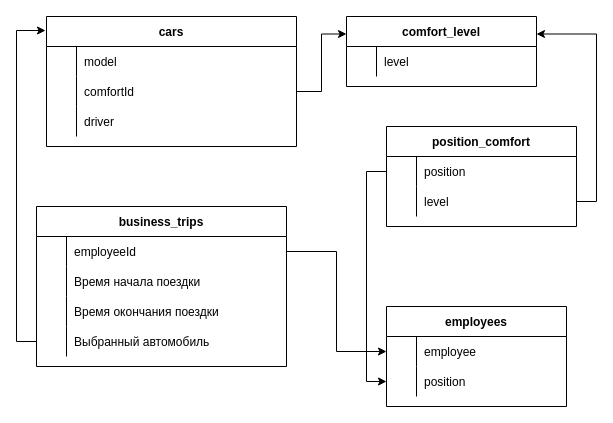
suetnowic/solutions_to_tasks_for_trainees keeps this draw.io diagram as Структура админраздела.drawio. Above is the earlier version. Source tidied: cells renumbered, new cells numbered last; positions are measured from the earlier drawing's top-left corner, leaving out a move shared by most shapes. Both pictures are drawn from the tidied source at 100%, with x=0, y=0 at pixel (36, 16).
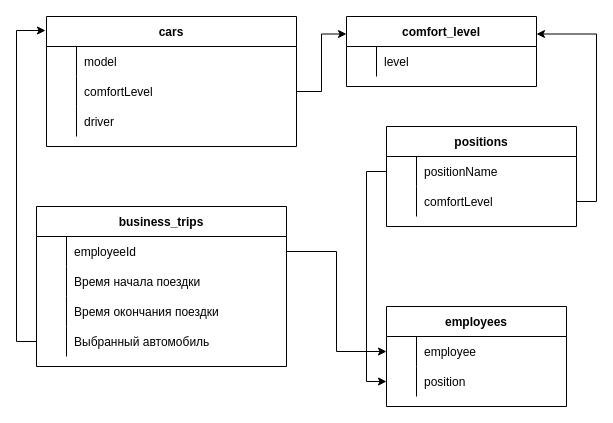
Above is the later version.

Unchanged cells that the change refers to:
```xml
<mxCell id="26" style="shape=partialRectangle;fillColor=none;points=[[0,0.5],[1,0.5]];portConstraint=eastwest;top=0;left=0;right=0;bottom=0;" parent="22" vertex="1">
  <mxGeometry y="60" width="250" height="30" as="geometry" />
</mxCell>
<mxCell id="38" style="shape=partialRectangle;fillColor=none;points=[[0,0.5],[1,0.5]];portConstraint=eastwest;top=0;left=0;right=0;bottom=0;" parent="37" vertex="1">
  <mxGeometry y="30" width="190" height="30" as="geometry" />
</mxCell>
<mxCell id="41" style="shape=partialRectangle;fillColor=none;points=[[0,0.5],[1,0.5]];portConstraint=eastwest;top=0;left=0;right=0;bottom=0;" parent="37" vertex="1">
  <mxGeometry y="60" width="190" height="30" as="geometry" />
</mxCell>
```

What changed in the source:
```diff
@@
-    <mxCell id="28" value="comfortId" style="shape=partialRectangle;overflow=hidden;fillColor=none;top=0;left=0;bottom=0;right=0;align=left;spacingLeft=6;" parent="26" vertex="1">
+    <mxCell id="28" value="comfortLevel" style="shape=partialRectangle;overflow=hidden;fillColor=none;top=0;left=0;bottom=0;right=0;align=left;spacingLeft=6;" parent="26" vertex="1">
       <mxGeometry x="30" width="220" height="30" as="geometry" />
     </mxCell>
@@
-    <mxCell id="37" value="position_comfort" style="shape=table;startSize=30;childLayout=tableLayout;rowLines=0;fontStyle=1;align=center;" parent="1" vertex="1">
+    <mxCell id="37" value="positions" style="shape=table;startSize=30;childLayout=tableLayout;rowLines=0;fontStyle=1;align=center;" parent="1" vertex="1">
       <mxGeometry x="350" y="110" width="190" height="100" as="geometry" />
     </mxCell>
@@
-    <mxCell id="40" value="position" style="shape=partialRectangle;overflow=hidden;fillColor=none;top=0;left=0;bottom=0;right=0;align=left;spacingLeft=6;" parent="38" vertex="1">
+    <mxCell id="40" value="positionName" style="shape=partialRectangle;overflow=hidden;fillColor=none;top=0;left=0;bottom=0;right=0;align=left;spacingLeft=6;" parent="38" vertex="1">
       <mxGeometry x="30" width="160" height="30" as="geometry" />
     </mxCell>
@@
-    <mxCell id="43" value="level" style="shape=partialRectangle;overflow=hidden;fillColor=none;top=0;left=0;bottom=0;right=0;align=left;spacingLeft=6;" parent="41" vertex="1">
+    <mxCell id="43" value="comfortLevel" style="shape=partialRectangle;overflow=hidden;fillColor=none;top=0;left=0;bottom=0;right=0;align=left;spacingLeft=6;" parent="41" vertex="1">
       <mxGeometry x="30" width="160" height="30" as="geometry" />
     </mxCell>
```
